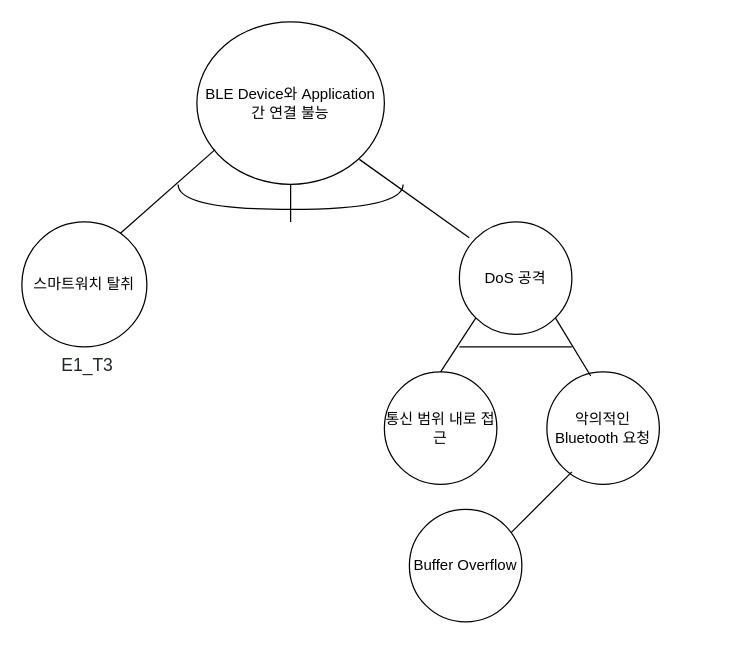
Earlier version of the draw.io diagram AT.drawio (bbangjooo/DH_pwn). Source tidied: cells renumbered, new cells numbered last; positions are measured from the earlier drawing's top-left corner, leaving out a move shared by most shapes. Both pictures are drawn from the tidied source at 125%, with x=0, y=0 at pixel (21, 21).
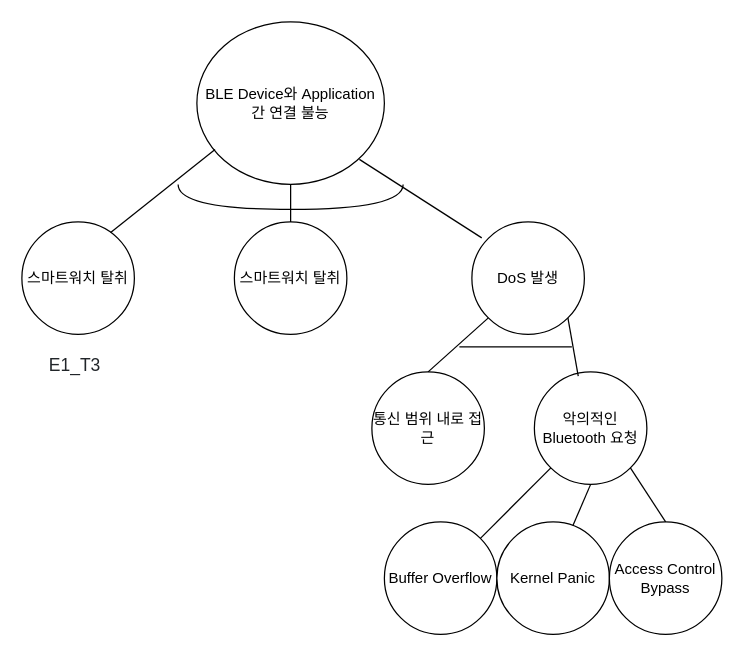
The same diagram, later.

Diff of the diagram source:
```diff
@@
     <mxCell id="4" value="스마트워치 탈취" style="ellipse;whiteSpace=wrap;html=1;" parent="1" vertex="1">
-      <mxGeometry y="160" width="100" height="100" as="geometry" />
+      <mxGeometry y="160" width="90" height="90" as="geometry" />
     </mxCell>
@@
-    <mxCell id="6" value="DoS 공격" style="ellipse;whiteSpace=wrap;html=1;" parent="1" vertex="1">
-      <mxGeometry x="350" y="160" width="90" height="90" as="geometry" />
+    <mxCell id="6" value="DoS 발생" style="ellipse;whiteSpace=wrap;html=1;" parent="1" vertex="1">
+      <mxGeometry x="360" y="160" width="90" height="90" as="geometry" />
     </mxCell>
@@
     <mxCell id="8" value="악의적인 Bluetooth 요청" style="ellipse;whiteSpace=wrap;html=1;" parent="1" vertex="1">
-      <mxGeometry x="420" y="280" width="90" height="90" as="geometry" />
+      <mxGeometry x="410" y="280" width="90" height="90" as="geometry" />
     </mxCell>
     <mxCell id="9" value="&lt;span style=&quot;color: rgb(33, 37, 41); font-family: poppins, arial, sans-serif; font-size: 14px; font-style: normal; font-weight: 400; letter-spacing: normal; text-align: left; text-indent: 0px; text-transform: none; word-spacing: 0px; background-color: rgb(255, 255, 255); display: inline; float: none;&quot;&gt;E1_T3&lt;/span&gt;" style="text;whiteSpace=wrap;html=1;" parent="1" vertex="1">
-      <mxGeometry x="30" y="260" width="70" height="30" as="geometry" />
+      <mxGeometry x="20" y="260" width="50" height="30" as="geometry" />
     </mxCell>
@@
     <mxCell id="11" value="통신 범위 내로 접근" style="ellipse;whiteSpace=wrap;html=1;" parent="1" vertex="1">
-      <mxGeometry x="290" y="280" width="90" height="90" as="geometry" />
+      <mxGeometry x="280" y="280" width="90" height="90" as="geometry" />
     </mxCell>
@@
-    <mxCell id="15" style="endArrow=none;html=1;rounded=0;curved=1;" parent="1" edge="1">
-      <mxGeometry relative="1" as="geometry">
-        <mxPoint x="390" y="410" as="sourcePoint" />
-        <mxPoint x="440" y="360" as="targetPoint" />
-      </mxGeometry>
+    <mxCell id="15" style="endArrow=none;html=1;rounded=0;curved=1;exitX=1;exitY=0;exitDx=0;exitDy=0;entryX=0;entryY=1;entryDx=0;entryDy=0;" parent="1" edge="1" source="16" target="8">
+      <mxGeometry relative="1" as="geometry" />
     </mxCell>
     <mxCell id="16" value="Buffer Overflow" style="ellipse;whiteSpace=wrap;html=1;" parent="1" vertex="1">
-      <mxGeometry x="310" y="390" width="90" height="90" as="geometry" />
+      <mxGeometry x="290" y="400" width="90" height="90" as="geometry" />
     </mxCell>
+    <mxCell id="17" value="스마트워치 탈취" style="ellipse;whiteSpace=wrap;html=1;" parent="1" vertex="1">
+      <mxGeometry x="170" y="160" width="90" height="90" as="geometry" />
+    </mxCell>
+    <mxCell id="18" value="Kernel Panic" style="ellipse;whiteSpace=wrap;html=1;" parent="1" vertex="1">
+      <mxGeometry x="380" y="400" width="90" height="90" as="geometry" />
+    </mxCell>
+    <mxCell id="19" style="endArrow=none;html=1;rounded=0;curved=1;entryX=0.5;entryY=1;entryDx=0;entryDy=0;exitX=0.676;exitY=0.033;exitDx=0;exitDy=0;exitPerimeter=0;" parent="1" edge="1" source="18" target="8">
+      <mxGeometry relative="1" as="geometry" />
+    </mxCell>
+    <mxCell id="20" value="Access Control Bypass" style="ellipse;whiteSpace=wrap;html=1;" parent="1" vertex="1">
+      <mxGeometry x="470" y="400" width="90" height="90" as="geometry" />
+    </mxCell>
+    <mxCell id="21" style="endArrow=none;html=1;rounded=0;curved=1;exitX=0.5;exitY=0;exitDx=0;exitDy=0;entryX=1;entryY=1;entryDx=0;entryDy=0;" parent="1" edge="1" source="20" target="8">
+      <mxGeometry relative="1" as="geometry" />
+    </mxCell>
```
